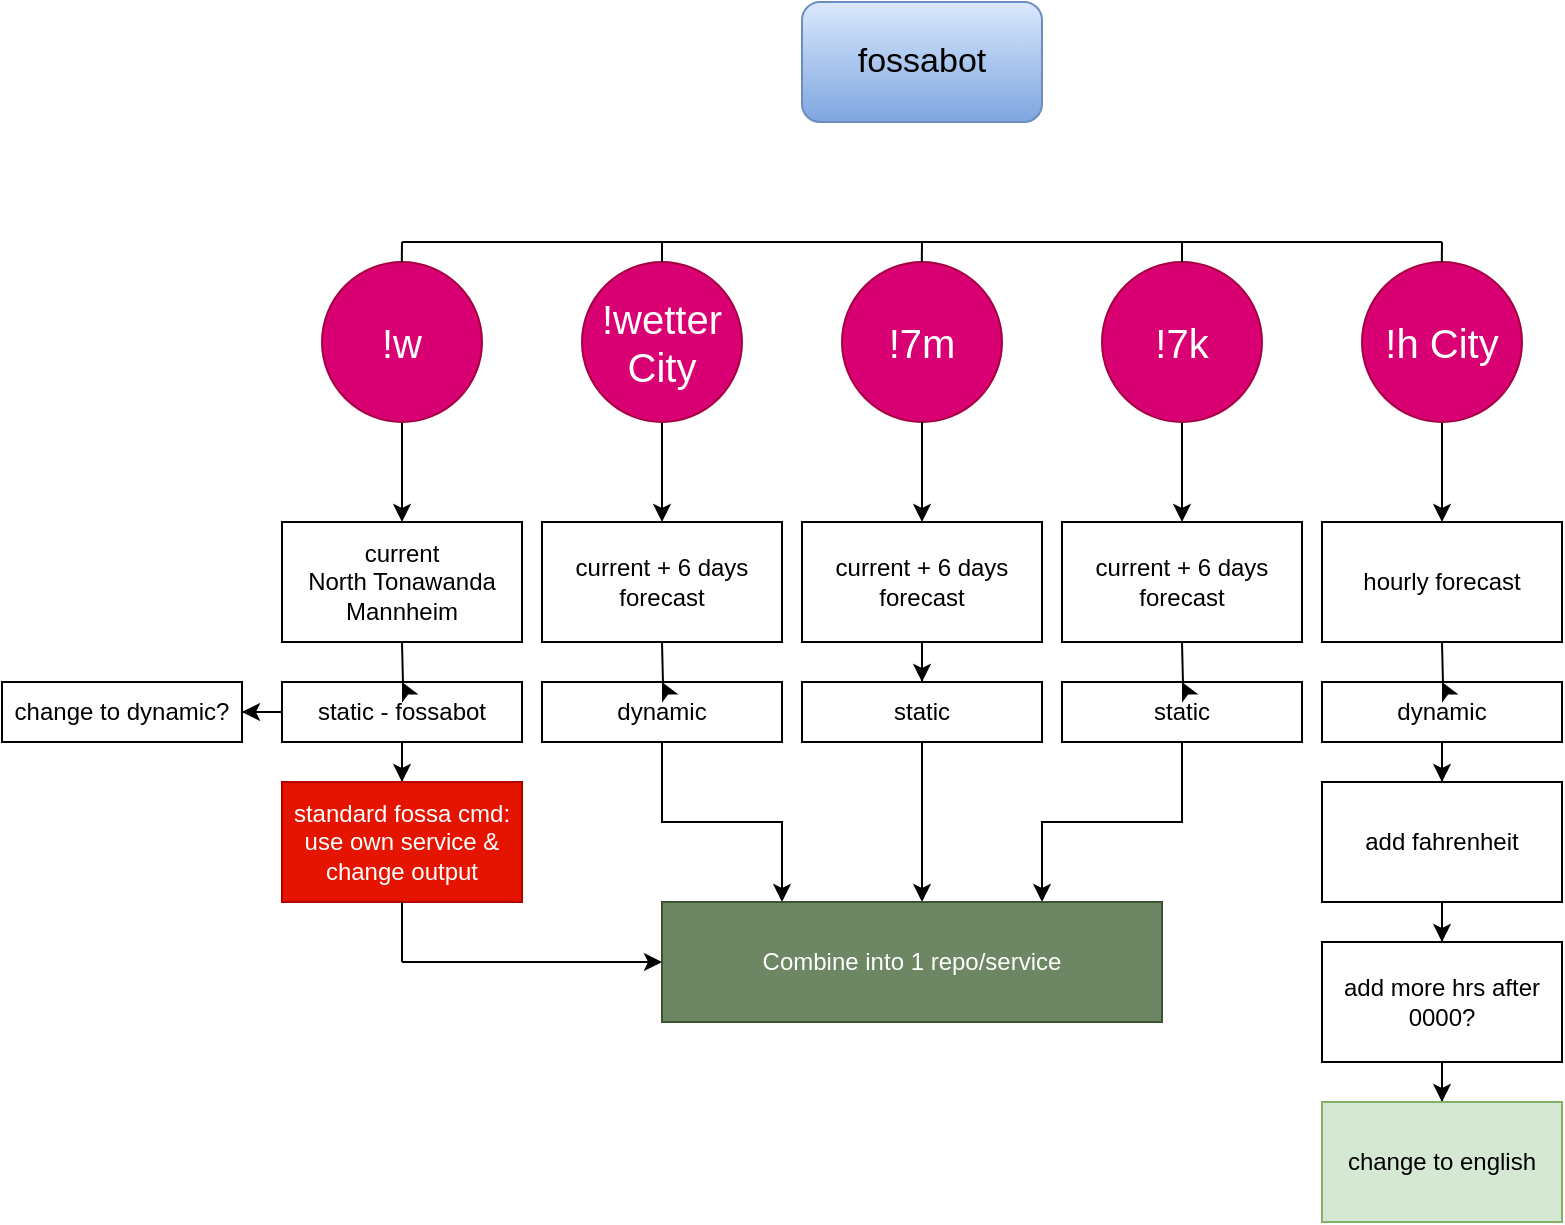
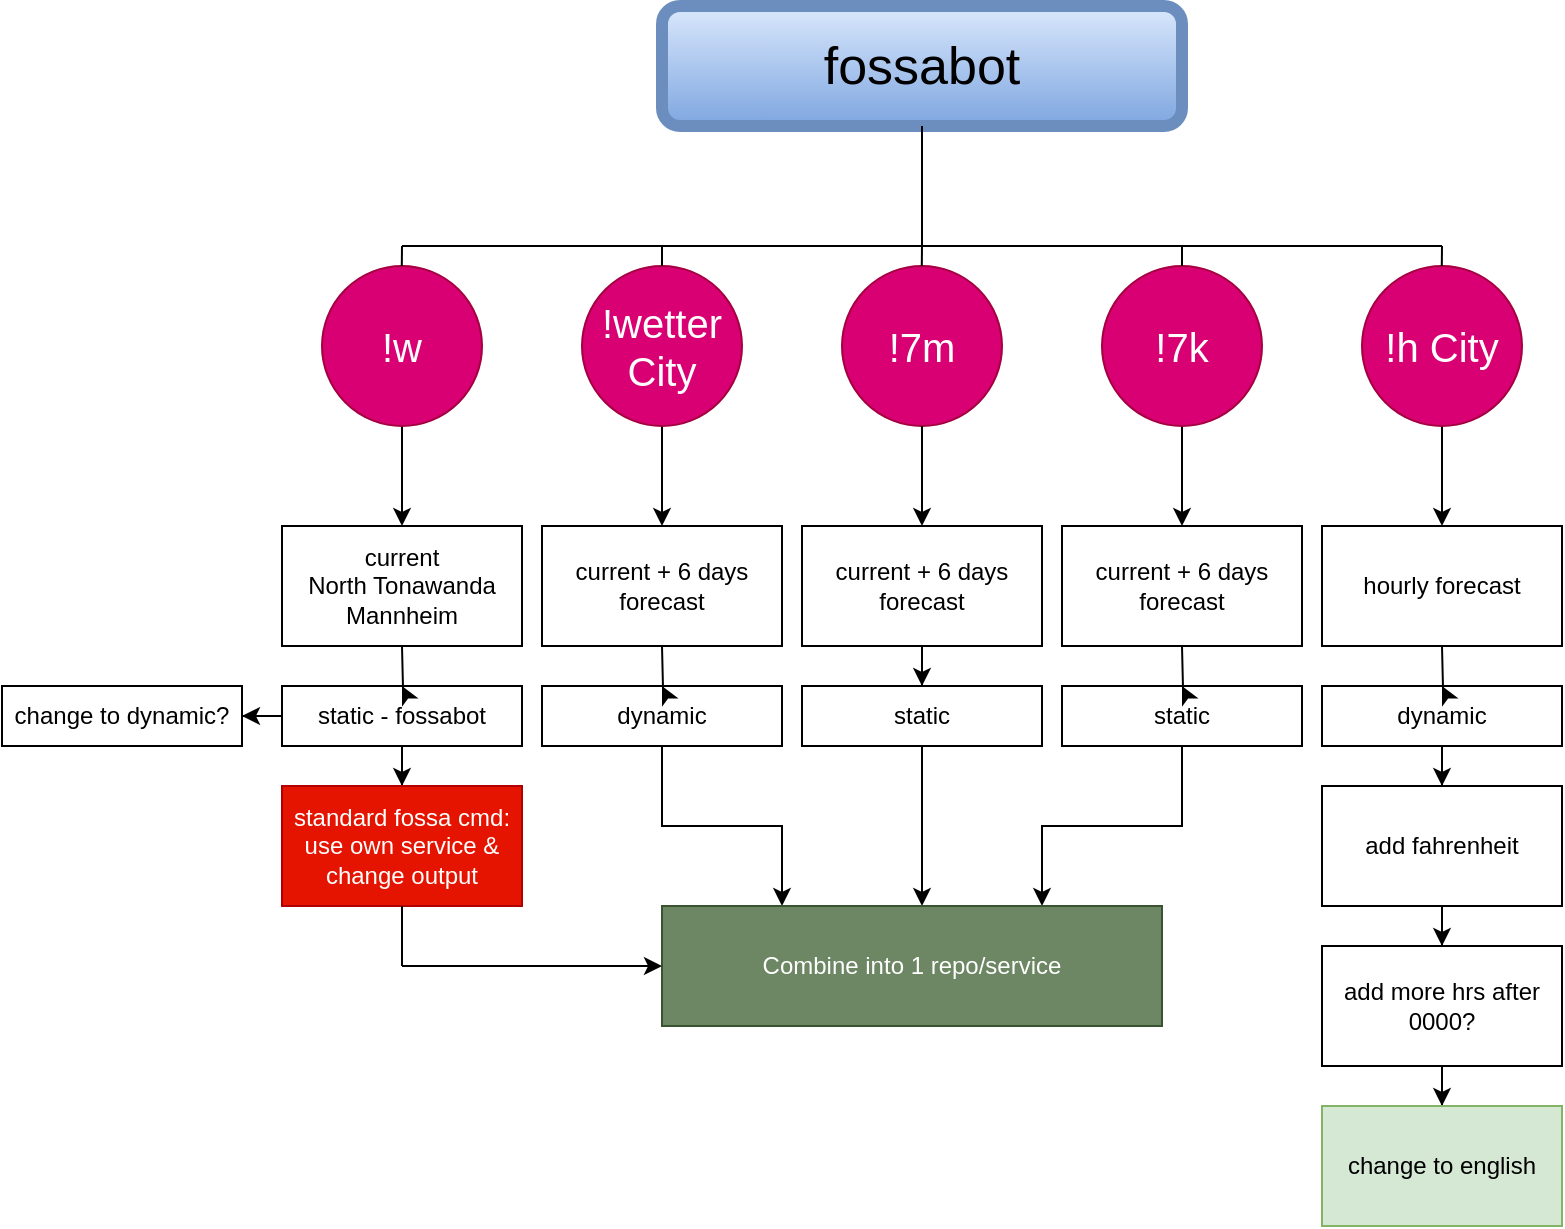
<mxfile host="app.diagrams.net">
  <diagram name="Page-1" id="9VzqXHfPhy3sf3baI-xB">
-     <mxGraphModel dx="1717" dy="717" grid="1" gridSize="10" guides="1" tooltips="1" connect="1" arrows="1" fold="1" page="1" pageScale="1" pageWidth="850" pageHeight="1100" math="0" shadow="0">
+     <mxGraphModel dx="1747" dy="745" grid="1" gridSize="10" guides="1" tooltips="1" connect="1" arrows="1" fold="1" page="1" pageScale="1" pageWidth="850" pageHeight="1100" math="0" shadow="0">
      <root>
        <mxCell id="0" />
        <mxCell id="1" parent="0" />
        <mxCell id="s_UMoqTU6THQ3Am6J6Qj-11" connectable="0" parent="1" style="group" value="" vertex="1">
-           <mxGeometry height="190" width="120" x="460" y="310" as="geometry" />
+           <mxGeometry height="190" width="120" x="470" y="290" as="geometry" />
        </mxCell>
        <mxCell id="s_UMoqTU6THQ3Am6J6Qj-9" edge="1" parent="s_UMoqTU6THQ3Am6J6Qj-11" source="s_UMoqTU6THQ3Am6J6Qj-7" style="edgeStyle=orthogonalEdgeStyle;rounded=0;orthogonalLoop=1;jettySize=auto;html=1;" value="">
          <mxGeometry relative="1" as="geometry">
            <mxPoint x="60" y="130" as="targetPoint" />
          </mxGeometry>
        </mxCell>
        <mxCell id="s_UMoqTU6THQ3Am6J6Qj-7" parent="s_UMoqTU6THQ3Am6J6Qj-11" style="ellipse;whiteSpace=wrap;html=1;aspect=fixed;fillColor=#d80073;fontColor=#ffffff;strokeColor=#A50040;" value="&lt;font style=&quot;font-size: 20px;&quot;&gt;!7k&lt;/font&gt;" vertex="1">
          <mxGeometry height="80" width="80" x="20" as="geometry" />
        </mxCell>
        <mxCell id="s_UMoqTU6THQ3Am6J6Qj-10" parent="s_UMoqTU6THQ3Am6J6Qj-11" style="rounded=0;whiteSpace=wrap;html=1;" value="current + 6 days forecast" vertex="1">
          <mxGeometry height="60" width="120" y="130" as="geometry" />
        </mxCell>
        <mxCell id="s_UMoqTU6THQ3Am6J6Qj-13" connectable="0" parent="1" style="group" value="" vertex="1">
-           <mxGeometry height="190" width="120" x="330" y="310" as="geometry" />
+           <mxGeometry height="190" width="120" x="340" y="290" as="geometry" />
        </mxCell>
        <mxCell id="s_UMoqTU6THQ3Am6J6Qj-2" parent="s_UMoqTU6THQ3Am6J6Qj-13" style="rounded=0;whiteSpace=wrap;html=1;" value="current + 6 days forecast" vertex="1">
          <mxGeometry height="60" width="120" y="130" as="geometry" />
        </mxCell>
        <mxCell id="s_UMoqTU6THQ3Am6J6Qj-12" connectable="0" parent="s_UMoqTU6THQ3Am6J6Qj-13" style="group" value="" vertex="1">
          <mxGeometry height="80" width="80" x="20" as="geometry" />
        </mxCell>
        <mxCell id="s_UMoqTU6THQ3Am6J6Qj-1" parent="s_UMoqTU6THQ3Am6J6Qj-12" style="ellipse;whiteSpace=wrap;html=1;aspect=fixed;fillColor=#d80073;fontColor=#ffffff;strokeColor=#A50040;" value="&lt;font style=&quot;font-size: 20px;&quot;&gt;!7m&lt;/font&gt;" vertex="1">
          <mxGeometry height="80" width="80" as="geometry" />
        </mxCell>
        <mxCell id="s_UMoqTU6THQ3Am6J6Qj-6" edge="1" parent="s_UMoqTU6THQ3Am6J6Qj-13" source="s_UMoqTU6THQ3Am6J6Qj-1" style="edgeStyle=orthogonalEdgeStyle;rounded=0;orthogonalLoop=1;jettySize=auto;html=1;" target="s_UMoqTU6THQ3Am6J6Qj-2" value="">
          <mxGeometry relative="1" as="geometry" />
        </mxCell>
        <mxCell id="s_UMoqTU6THQ3Am6J6Qj-14" connectable="0" parent="1" style="group" value="" vertex="1">
-           <mxGeometry height="190" width="120" x="590" y="310" as="geometry" />
+           <mxGeometry height="190" width="120" x="600" y="290" as="geometry" />
        </mxCell>
        <mxCell id="s_UMoqTU6THQ3Am6J6Qj-15" edge="1" parent="s_UMoqTU6THQ3Am6J6Qj-14" source="s_UMoqTU6THQ3Am6J6Qj-16" style="edgeStyle=orthogonalEdgeStyle;rounded=0;orthogonalLoop=1;jettySize=auto;html=1;" value="">
          <mxGeometry relative="1" as="geometry">
            <mxPoint x="60" y="130" as="targetPoint" />
          </mxGeometry>
        </mxCell>
        <mxCell id="s_UMoqTU6THQ3Am6J6Qj-16" parent="s_UMoqTU6THQ3Am6J6Qj-14" style="ellipse;whiteSpace=wrap;html=1;aspect=fixed;fillColor=#d80073;fontColor=#ffffff;strokeColor=#A50040;" value="&lt;font style=&quot;font-size: 20px;&quot;&gt;!h City&lt;/font&gt;" vertex="1">
          <mxGeometry height="80" width="80" x="20" as="geometry" />
        </mxCell>
        <mxCell id="s_UMoqTU6THQ3Am6J6Qj-17" parent="s_UMoqTU6THQ3Am6J6Qj-14" style="rounded=0;whiteSpace=wrap;html=1;" value="hourly forecast" vertex="1">
          <mxGeometry height="60" width="120" y="130" as="geometry" />
        </mxCell>
        <mxCell id="s_UMoqTU6THQ3Am6J6Qj-18" connectable="0" parent="1" style="group" value="" vertex="1">
-           <mxGeometry height="190" width="120" x="200" y="310" as="geometry" />
+           <mxGeometry height="190" width="120" x="210" y="290" as="geometry" />
        </mxCell>
        <mxCell id="s_UMoqTU6THQ3Am6J6Qj-19" edge="1" parent="s_UMoqTU6THQ3Am6J6Qj-18" source="s_UMoqTU6THQ3Am6J6Qj-20" style="edgeStyle=orthogonalEdgeStyle;rounded=0;orthogonalLoop=1;jettySize=auto;html=1;" value="">
          <mxGeometry relative="1" as="geometry">
            <mxPoint x="60" y="130" as="targetPoint" />
          </mxGeometry>
        </mxCell>
        <mxCell id="s_UMoqTU6THQ3Am6J6Qj-20" parent="s_UMoqTU6THQ3Am6J6Qj-18" style="ellipse;whiteSpace=wrap;html=1;aspect=fixed;fillColor=#d80073;fontColor=#ffffff;strokeColor=#A50040;" value="&lt;font style=&quot;font-size: 20px;&quot;&gt;!wetter City&lt;/font&gt;" vertex="1">
          <mxGeometry height="80" width="80" x="20" as="geometry" />
        </mxCell>
        <mxCell id="s_UMoqTU6THQ3Am6J6Qj-21" parent="s_UMoqTU6THQ3Am6J6Qj-18" style="rounded=0;whiteSpace=wrap;html=1;" value="current + 6 days forecast" vertex="1">
          <mxGeometry height="60" width="120" y="130" as="geometry" />
        </mxCell>
        <mxCell id="wv6-X-4x8dGTElKProTv-45" edge="1" parent="1" source="s_UMoqTU6THQ3Am6J6Qj-24" style="edgeStyle=orthogonalEdgeStyle;rounded=0;orthogonalLoop=1;jettySize=auto;html=1;" target="wv6-X-4x8dGTElKProTv-44" value="">
          <mxGeometry relative="1" as="geometry">
            <Array as="points">
-               <mxPoint x="390" y="620" />
-               <mxPoint x="390" y="620" />
+               <mxPoint x="400" y="600" />
+               <mxPoint x="400" y="600" />
            </Array>
          </mxGeometry>
        </mxCell>
        <mxCell id="s_UMoqTU6THQ3Am6J6Qj-24" parent="1" style="rounded=0;whiteSpace=wrap;html=1;" value="static" vertex="1">
-           <mxGeometry height="30" width="120" x="330" y="520" as="geometry" />
+           <mxGeometry height="30" width="120" x="340" y="500" as="geometry" />
        </mxCell>
        <mxCell id="s_UMoqTU6THQ3Am6J6Qj-25" edge="1" parent="1" source="s_UMoqTU6THQ3Am6J6Qj-2" style="edgeStyle=orthogonalEdgeStyle;rounded=0;orthogonalLoop=1;jettySize=auto;html=1;" target="s_UMoqTU6THQ3Am6J6Qj-24" value="">
          <mxGeometry relative="1" as="geometry" />
        </mxCell>
        <mxCell id="wv6-X-4x8dGTElKProTv-51" edge="1" parent="1" source="s_UMoqTU6THQ3Am6J6Qj-26" style="edgeStyle=orthogonalEdgeStyle;rounded=0;orthogonalLoop=1;jettySize=auto;html=1;" target="wv6-X-4x8dGTElKProTv-44" value="">
          <mxGeometry relative="1" as="geometry">
            <Array as="points">
-               <mxPoint x="260" y="590" />
-               <mxPoint x="320" y="590" />
+               <mxPoint x="270" y="570" />
+               <mxPoint x="330" y="570" />
            </Array>
          </mxGeometry>
        </mxCell>
        <mxCell id="s_UMoqTU6THQ3Am6J6Qj-26" parent="1" style="rounded=0;whiteSpace=wrap;html=1;" value="dynamic" vertex="1">
-           <mxGeometry height="30" width="120" x="200" y="520" as="geometry" />
+           <mxGeometry height="30" width="120" x="210" y="500" as="geometry" />
        </mxCell>
        <mxCell id="s_UMoqTU6THQ3Am6J6Qj-27" edge="1" parent="1" style="edgeStyle=orthogonalEdgeStyle;rounded=0;orthogonalLoop=1;jettySize=auto;html=1;" target="s_UMoqTU6THQ3Am6J6Qj-26" value="">
          <mxGeometry relative="1" as="geometry">
-             <mxPoint x="260" y="500" as="sourcePoint" />
+             <mxPoint x="270" y="480" as="sourcePoint" />
          </mxGeometry>
        </mxCell>
        <mxCell id="wv6-X-4x8dGTElKProTv-50" edge="1" parent="1" source="s_UMoqTU6THQ3Am6J6Qj-28" style="edgeStyle=orthogonalEdgeStyle;rounded=0;orthogonalLoop=1;jettySize=auto;html=1;" target="wv6-X-4x8dGTElKProTv-44" value="">
          <mxGeometry relative="1" as="geometry">
            <Array as="points">
-               <mxPoint x="520" y="590" />
-               <mxPoint x="450" y="590" />
+               <mxPoint x="530" y="570" />
+               <mxPoint x="460" y="570" />
            </Array>
          </mxGeometry>
        </mxCell>
        <mxCell id="s_UMoqTU6THQ3Am6J6Qj-28" parent="1" style="rounded=0;whiteSpace=wrap;html=1;" value="static" vertex="1">
-           <mxGeometry height="30" width="120" x="460" y="520" as="geometry" />
+           <mxGeometry height="30" width="120" x="470" y="500" as="geometry" />
        </mxCell>
        <mxCell id="s_UMoqTU6THQ3Am6J6Qj-29" edge="1" parent="1" style="edgeStyle=orthogonalEdgeStyle;rounded=0;orthogonalLoop=1;jettySize=auto;html=1;" target="s_UMoqTU6THQ3Am6J6Qj-28" value="">
          <mxGeometry relative="1" as="geometry">
-             <mxPoint x="520" y="500" as="sourcePoint" />
+             <mxPoint x="530" y="480" as="sourcePoint" />
          </mxGeometry>
        </mxCell>
        <mxCell id="wv6-X-4x8dGTElKProTv-53" edge="1" parent="1" source="s_UMoqTU6THQ3Am6J6Qj-30" style="edgeStyle=orthogonalEdgeStyle;rounded=0;orthogonalLoop=1;jettySize=auto;html=1;" target="wv6-X-4x8dGTElKProTv-52" value="">
          <mxGeometry relative="1" as="geometry" />
        </mxCell>
        <mxCell id="s_UMoqTU6THQ3Am6J6Qj-30" parent="1" style="rounded=0;whiteSpace=wrap;html=1;" value="dynamic" vertex="1">
-           <mxGeometry height="30" width="120" x="590" y="520" as="geometry" />
+           <mxGeometry height="30" width="120" x="600" y="500" as="geometry" />
        </mxCell>
        <mxCell id="s_UMoqTU6THQ3Am6J6Qj-31" edge="1" parent="1" style="edgeStyle=orthogonalEdgeStyle;rounded=0;orthogonalLoop=1;jettySize=auto;html=1;" target="s_UMoqTU6THQ3Am6J6Qj-30" value="">
          <mxGeometry relative="1" as="geometry">
-             <mxPoint x="650" y="500" as="sourcePoint" />
-           </mxGeometry>
-         </mxCell>
-         <mxCell id="wv6-X-4x8dGTElKProTv-1" parent="1" style="rounded=1;whiteSpace=wrap;html=1;fillColor=#dae8fc;strokeColor=#6c8ebf;gradientColor=#7ea6e0;fontColor=light-dark(#000000,#CCFF99);fontSize=17;" value="fossabot" vertex="1">
-           <mxGeometry height="60" width="120" x="330" y="180" as="geometry" />
+             <mxPoint x="660" y="480" as="sourcePoint" />
+           </mxGeometry>
+         </mxCell>
+         <mxCell id="wv6-X-4x8dGTElKProTv-1" parent="1" style="rounded=1;whiteSpace=wrap;html=1;fillColor=#dae8fc;strokeColor=#6c8ebf;gradientColor=#7ea6e0;fontColor=light-dark(#000000,#CCFF99);fontSize=17;strokeWidth=6;" value="&lt;font style=&quot;font-size: 26px;&quot;&gt;fossabot&lt;/font&gt;" vertex="1">
+           <mxGeometry height="60" width="260" x="270" y="160" as="geometry" />
        </mxCell>
        <mxCell id="wv6-X-4x8dGTElKProTv-15" edge="1" parent="1" style="endArrow=none;html=1;rounded=0;" value="">
          <mxGeometry height="50" relative="1" width="50" as="geometry">
-             <mxPoint x="130" y="300" as="sourcePoint" />
-             <mxPoint x="650" y="300" as="targetPoint" />
+             <mxPoint x="140" y="280" as="sourcePoint" />
+             <mxPoint x="660" y="280" as="targetPoint" />
          </mxGeometry>
        </mxCell>
        <mxCell id="wv6-X-4x8dGTElKProTv-18" edge="1" parent="1" source="s_UMoqTU6THQ3Am6J6Qj-20" style="endArrow=none;html=1;rounded=0;exitX=0.5;exitY=0;exitDx=0;exitDy=0;" value="">
          <mxGeometry height="50" relative="1" width="50" as="geometry">
-             <mxPoint x="450" y="320" as="sourcePoint" />
-             <mxPoint x="260" y="300" as="targetPoint" />
+             <mxPoint x="460" y="300" as="sourcePoint" />
+             <mxPoint x="270" y="280" as="targetPoint" />
          </mxGeometry>
        </mxCell>
        <mxCell id="wv6-X-4x8dGTElKProTv-19" edge="1" parent="1" style="endArrow=none;html=1;rounded=0;exitX=0.5;exitY=0;exitDx=0;exitDy=0;" value="">
          <mxGeometry height="50" relative="1" width="50" as="geometry">
-             <mxPoint x="389.9" y="310" as="sourcePoint" />
-             <mxPoint x="390" y="300" as="targetPoint" />
+             <mxPoint x="399.9" y="290" as="sourcePoint" />
+             <mxPoint x="400" y="280" as="targetPoint" />
          </mxGeometry>
        </mxCell>
        <mxCell id="wv6-X-4x8dGTElKProTv-20" edge="1" parent="1" style="endArrow=none;html=1;rounded=0;exitX=0.5;exitY=0;exitDx=0;exitDy=0;" value="">
          <mxGeometry height="50" relative="1" width="50" as="geometry">
-             <mxPoint x="520" y="310" as="sourcePoint" />
-             <mxPoint x="520" y="300" as="targetPoint" />
+             <mxPoint x="530" y="290" as="sourcePoint" />
+             <mxPoint x="530" y="280" as="targetPoint" />
          </mxGeometry>
        </mxCell>
        <mxCell id="wv6-X-4x8dGTElKProTv-21" edge="1" parent="1" style="endArrow=none;html=1;rounded=0;exitX=0.5;exitY=0;exitDx=0;exitDy=0;" value="">
          <mxGeometry height="50" relative="1" width="50" as="geometry">
-             <mxPoint x="649.9" y="310" as="sourcePoint" />
-             <mxPoint x="650" y="300" as="targetPoint" />
+             <mxPoint x="659.9" y="290" as="sourcePoint" />
+             <mxPoint x="660" y="280" as="targetPoint" />
          </mxGeometry>
        </mxCell>
        <mxCell id="wv6-X-4x8dGTElKProTv-27" connectable="0" parent="1" style="group" value="" vertex="1">
-           <mxGeometry height="190" width="120" x="70" y="310" as="geometry" />
+           <mxGeometry height="190" width="120" x="80" y="290" as="geometry" />
        </mxCell>
        <mxCell id="wv6-X-4x8dGTElKProTv-28" edge="1" parent="wv6-X-4x8dGTElKProTv-27" source="wv6-X-4x8dGTElKProTv-29" style="edgeStyle=orthogonalEdgeStyle;rounded=0;orthogonalLoop=1;jettySize=auto;html=1;" value="">
          <mxGeometry relative="1" as="geometry">
            <mxPoint x="60" y="130" as="targetPoint" />
          </mxGeometry>
        </mxCell>
        <mxCell id="wv6-X-4x8dGTElKProTv-29" parent="wv6-X-4x8dGTElKProTv-27" style="ellipse;whiteSpace=wrap;html=1;aspect=fixed;fillColor=#d80073;fontColor=#ffffff;strokeColor=#A50040;" value="&lt;font style=&quot;font-size: 20px;&quot;&gt;!w&lt;/font&gt;" vertex="1">
          <mxGeometry height="80" width="80" x="20" as="geometry" />
        </mxCell>
        <mxCell id="wv6-X-4x8dGTElKProTv-30" parent="wv6-X-4x8dGTElKProTv-27" style="rounded=0;whiteSpace=wrap;html=1;" value="&lt;div&gt;current&lt;/div&gt;&lt;div&gt;North Tonawanda&lt;/div&gt;&lt;div&gt;Mannheim&lt;/div&gt;" vertex="1">
          <mxGeometry height="60" width="120" y="130" as="geometry" />
        </mxCell>
        <mxCell id="wv6-X-4x8dGTElKProTv-43" edge="1" parent="1" source="wv6-X-4x8dGTElKProTv-31" style="edgeStyle=orthogonalEdgeStyle;rounded=0;orthogonalLoop=1;jettySize=auto;html=1;" target="wv6-X-4x8dGTElKProTv-42" value="">
          <mxGeometry relative="1" as="geometry" />
        </mxCell>
        <mxCell id="wv6-X-4x8dGTElKProTv-72" edge="1" parent="1" source="wv6-X-4x8dGTElKProTv-31" style="edgeStyle=orthogonalEdgeStyle;rounded=0;orthogonalLoop=1;jettySize=auto;html=1;" target="wv6-X-4x8dGTElKProTv-71" value="">
          <mxGeometry relative="1" as="geometry" />
        </mxCell>
        <mxCell id="wv6-X-4x8dGTElKProTv-31" parent="1" style="rounded=0;whiteSpace=wrap;html=1;" value="static - fossabot" vertex="1">
-           <mxGeometry height="30" width="120" x="70" y="520" as="geometry" />
+           <mxGeometry height="30" width="120" x="80" y="500" as="geometry" />
        </mxCell>
        <mxCell id="wv6-X-4x8dGTElKProTv-32" edge="1" parent="1" style="edgeStyle=orthogonalEdgeStyle;rounded=0;orthogonalLoop=1;jettySize=auto;html=1;" target="wv6-X-4x8dGTElKProTv-31" value="">
          <mxGeometry relative="1" as="geometry">
-             <mxPoint x="130" y="500" as="sourcePoint" />
+             <mxPoint x="140" y="480" as="sourcePoint" />
          </mxGeometry>
        </mxCell>
        <mxCell id="wv6-X-4x8dGTElKProTv-33" edge="1" parent="1" style="endArrow=none;html=1;rounded=0;exitX=0.5;exitY=0;exitDx=0;exitDy=0;" value="">
          <mxGeometry height="50" relative="1" width="50" as="geometry">
-             <mxPoint x="129.89999999999998" y="310" as="sourcePoint" />
-             <mxPoint x="130" y="300" as="targetPoint" />
+             <mxPoint x="139.89999999999998" y="290" as="sourcePoint" />
+             <mxPoint x="140" y="280" as="targetPoint" />
          </mxGeometry>
        </mxCell>
        <mxCell id="wv6-X-4x8dGTElKProTv-42" parent="1" style="whiteSpace=wrap;html=1;rounded=0;fillColor=#e51400;strokeColor=#B20000;fontColor=#ffffff;" value="standard fossa cmd: use own service &amp;amp; change output" vertex="1">
-           <mxGeometry height="60" width="120" x="70" y="570" as="geometry" />
+           <mxGeometry height="60" width="120" x="80" y="550" as="geometry" />
        </mxCell>
        <mxCell id="wv6-X-4x8dGTElKProTv-44" parent="1" style="rounded=0;whiteSpace=wrap;html=1;fillColor=#6d8764;fontColor=#ffffff;strokeColor=#3A5431;" value="Combine into 1 repo/service" vertex="1">
-           <mxGeometry height="60" width="250" x="260" y="630" as="geometry" />
+           <mxGeometry height="60" width="250" x="270" y="610" as="geometry" />
        </mxCell>
        <mxCell id="wv6-X-4x8dGTElKProTv-55" edge="1" parent="1" source="wv6-X-4x8dGTElKProTv-52" style="edgeStyle=orthogonalEdgeStyle;rounded=0;orthogonalLoop=1;jettySize=auto;html=1;" target="wv6-X-4x8dGTElKProTv-54" value="">
          <mxGeometry relative="1" as="geometry" />
        </mxCell>
        <mxCell id="wv6-X-4x8dGTElKProTv-52" parent="1" style="rounded=0;whiteSpace=wrap;html=1;" value="add fahrenheit" vertex="1">
-           <mxGeometry height="60" width="120" x="590" y="570" as="geometry" />
+           <mxGeometry height="60" width="120" x="600" y="550" as="geometry" />
        </mxCell>
        <mxCell id="wv6-X-4x8dGTElKProTv-61" edge="1" parent="1" source="wv6-X-4x8dGTElKProTv-54" style="edgeStyle=orthogonalEdgeStyle;rounded=0;orthogonalLoop=1;jettySize=auto;html=1;" target="wv6-X-4x8dGTElKProTv-60" value="">
          <mxGeometry relative="1" as="geometry" />
        </mxCell>
        <mxCell id="wv6-X-4x8dGTElKProTv-54" parent="1" style="rounded=0;whiteSpace=wrap;html=1;" value="add more hrs after 0000?" vertex="1">
-           <mxGeometry height="60" width="120" x="590" y="650" as="geometry" />
+           <mxGeometry height="60" width="120" x="600" y="630" as="geometry" />
        </mxCell>
        <mxCell id="wv6-X-4x8dGTElKProTv-60" parent="1" style="rounded=0;whiteSpace=wrap;html=1;fillColor=light-dark(#D5E8D4,#FF0000);strokeColor=#82b366;fontColor=light-dark(#000000,#0000CC);" value="change to english" vertex="1">
-           <mxGeometry height="60" width="120" x="590" y="730" as="geometry" />
+           <mxGeometry height="60" width="120" x="600" y="710" as="geometry" />
        </mxCell>
        <mxCell id="wv6-X-4x8dGTElKProTv-68" edge="1" parent="1" style="edgeStyle=orthogonalEdgeStyle;rounded=0;orthogonalLoop=1;jettySize=auto;html=1;exitX=0.5;exitY=1;exitDx=0;exitDy=0;">
          <mxGeometry relative="1" as="geometry">
-             <mxPoint x="-25" y="550" as="sourcePoint" />
-             <mxPoint x="-25" y="550" as="targetPoint" />
+             <mxPoint x="-15" y="530" as="sourcePoint" />
+             <mxPoint x="-15" y="530" as="targetPoint" />
          </mxGeometry>
        </mxCell>
        <mxCell id="wv6-X-4x8dGTElKProTv-71" parent="1" style="rounded=0;whiteSpace=wrap;html=1;" value="change to dynamic?" vertex="1">
-           <mxGeometry height="30" width="120" x="-70" y="520" as="geometry" />
+           <mxGeometry height="30" width="120" x="-60" y="500" as="geometry" />
        </mxCell>
        <mxCell id="wv6-X-4x8dGTElKProTv-74" edge="1" parent="1" style="endArrow=none;html=1;rounded=0;entryX=0.5;entryY=1;entryDx=0;entryDy=0;" target="wv6-X-4x8dGTElKProTv-42" value="">
          <mxGeometry height="50" relative="1" width="50" as="geometry">
-             <mxPoint x="130" y="660" as="sourcePoint" />
-             <mxPoint x="140" y="680" as="targetPoint" />
+             <mxPoint x="140" y="640" as="sourcePoint" />
+             <mxPoint x="150" y="660" as="targetPoint" />
          </mxGeometry>
        </mxCell>
        <mxCell id="wv6-X-4x8dGTElKProTv-75" edge="1" parent="1" style="endArrow=classic;html=1;rounded=0;startArrow=none;startFill=0;endFill=1;entryX=0;entryY=0.5;entryDx=0;entryDy=0;" target="wv6-X-4x8dGTElKProTv-44" value="">
          <mxGeometry height="50" relative="1" width="50" as="geometry">
-             <mxPoint x="130" y="660" as="sourcePoint" />
-             <mxPoint x="210" y="660" as="targetPoint" />
+             <mxPoint x="140" y="640" as="sourcePoint" />
+             <mxPoint x="220" y="640" as="targetPoint" />
+           </mxGeometry>
+         </mxCell>
+         <mxCell id="wv6-X-4x8dGTElKProTv-77" edge="1" parent="1" style="endArrow=none;html=1;rounded=0;" value="">
+           <mxGeometry height="50" relative="1" width="50" as="geometry">
+             <mxPoint x="400" y="280" as="sourcePoint" />
+             <mxPoint x="400" y="220" as="targetPoint" />
          </mxGeometry>
        </mxCell>
      </root>
    </mxGraphModel>
  </diagram>
</mxfile>
